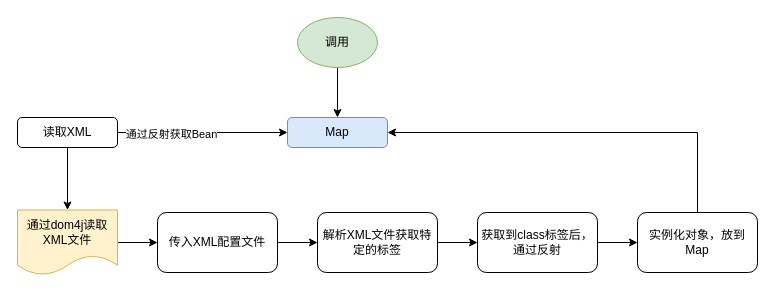
The draw.io diagram learn-spring/spring.drawio in chasdream/Java_learning, before the edit. Source tidied: cells renumbered, new cells numbered last; positions are measured from the earlier drawing's top-left corner, leaving out a move shared by most shapes. Both pictures are drawn from the tidied source at 100%, with x=0, y=0 at pixel (17, 17).
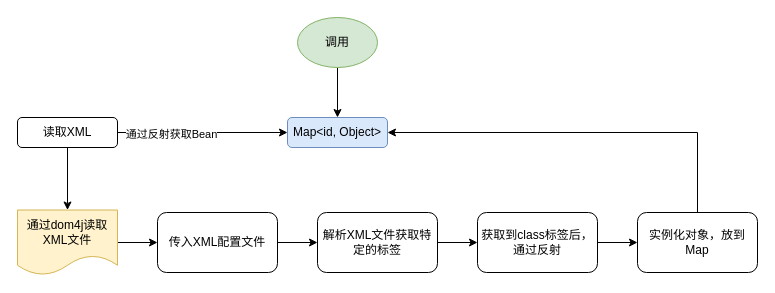
The same page after the edit.

Change to the diagram source:
```diff
@@
 <mxGraphModel>
   <root>
     <mxCell id="0" />
     <mxCell id="1" parent="0" />
     <mxCell id="2" style="edgeStyle=orthogonalEdgeStyle;rounded=0;jettySize=auto;html=1;" parent="1" edge="1" source="5" target="6">
       <mxGeometry relative="1" as="geometry" />
     </mxCell>
     <mxCell id="3" value="通过反射获取Bean" style="edgeLabel;html=1;align=center;verticalAlign=middle;" parent="2" vertex="1">
       <mxGeometry x="-0.38" y="-1" relative="1" as="geometry" />
     </mxCell>
     <mxCell id="4" style="edgeStyle=orthogonalEdgeStyle;rounded=0;jettySize=auto;html=1;" parent="1" edge="1" source="5" target="8">
       <mxGeometry relative="1" as="geometry" />
     </mxCell>
     <mxCell id="5" value="读取XML" style="rounded=1;whiteSpace=wrap;html=1;" parent="1" vertex="1">
       <mxGeometry y="100" width="100" height="30" as="geometry" />
     </mxCell>
-    <mxCell id="6" value="Map" style="whiteSpace=wrap;html=1;rounded=1;fillColor=#dae8fc;strokeColor=#6c8ebf;" parent="1" vertex="1">
+    <mxCell id="6" value="Map&amp;lt;id, Object&amp;gt;" style="whiteSpace=wrap;html=1;rounded=1;fillColor=#dae8fc;strokeColor=#6c8ebf;" parent="1" vertex="1">
       <mxGeometry x="270" y="100" width="100" height="30" as="geometry" />
     </mxCell>
     <mxCell id="7" style="edgeStyle=orthogonalEdgeStyle;rounded=0;jettySize=auto;html=1;" parent="1" edge="1" source="8" target="10">
       <mxGeometry relative="1" as="geometry" />
     </mxCell>
     <mxCell id="8" value="通过dom4j读取XML文件" style="shape=document;whiteSpace=wrap;html=1;boundedLbl=1;rounded=1;fillColor=#fff2cc;strokeColor=#d6b656;" parent="1" vertex="1">
       <mxGeometry y="192.5" width="100" height="65" as="geometry" />
     </mxCell>
     <mxCell id="9" style="edgeStyle=orthogonalEdgeStyle;rounded=0;jettySize=auto;html=1;" parent="1" edge="1" source="10" target="12">
       <mxGeometry relative="1" as="geometry" />
     </mxCell>
     <mxCell id="10" value="传入XML配置文件" style="whiteSpace=wrap;html=1;rounded=1;" parent="1" vertex="1">
       <mxGeometry x="140" y="195" width="120" height="60" as="geometry" />
     </mxCell>
     <mxCell id="11" style="edgeStyle=orthogonalEdgeStyle;rounded=0;jettySize=auto;html=1;" parent="1" edge="1" source="12" target="14">
       <mxGeometry relative="1" as="geometry" />
     </mxCell>
     <mxCell id="12" value="解析XML文件获取特定的标签" style="whiteSpace=wrap;html=1;rounded=1;" parent="1" vertex="1">
       <mxGeometry x="300" y="195" width="120" height="60" as="geometry" />
     </mxCell>
     <mxCell id="13" style="edgeStyle=orthogonalEdgeStyle;rounded=0;jettySize=auto;html=1;" parent="1" edge="1" source="14" target="16">
       <mxGeometry relative="1" as="geometry" />
     </mxCell>
     <mxCell id="14" value="获取到class标签后，通过反射" style="whiteSpace=wrap;html=1;rounded=1;" parent="1" vertex="1">
       <mxGeometry x="460" y="195" width="120" height="60" as="geometry" />
     </mxCell>
     <mxCell id="15" style="edgeStyle=orthogonalEdgeStyle;rounded=0;jettySize=auto;html=1;exitX=0.5;exitY=0;exitDx=0;exitDy=0;entryX=1;entryY=0.5;entryDx=0;entryDy=0;" parent="1" edge="1" source="16" target="6">
       <mxGeometry relative="1" as="geometry" />
     </mxCell>
     <mxCell id="16" value="实例化对象，放到Map" style="whiteSpace=wrap;html=1;rounded=1;" parent="1" vertex="1">
       <mxGeometry x="620" y="195" width="120" height="60" as="geometry" />
     </mxCell>
     <mxCell id="17" style="edgeStyle=orthogonalEdgeStyle;rounded=0;jettySize=auto;html=1;exitX=0.5;exitY=1;exitDx=0;exitDy=0;entryX=0.5;entryY=0;entryDx=0;entryDy=0;" parent="1" edge="1" source="18" target="6">
       <mxGeometry relative="1" as="geometry" />
     </mxCell>
     <mxCell id="18" value="调用" style="ellipse;whiteSpace=wrap;html=1;fillColor=#d5e8d4;strokeColor=#82b366;" parent="1" vertex="1">
       <mxGeometry x="280" width="80" height="50" as="geometry" />
     </mxCell>
   </root>
 </mxGraphModel>
```
